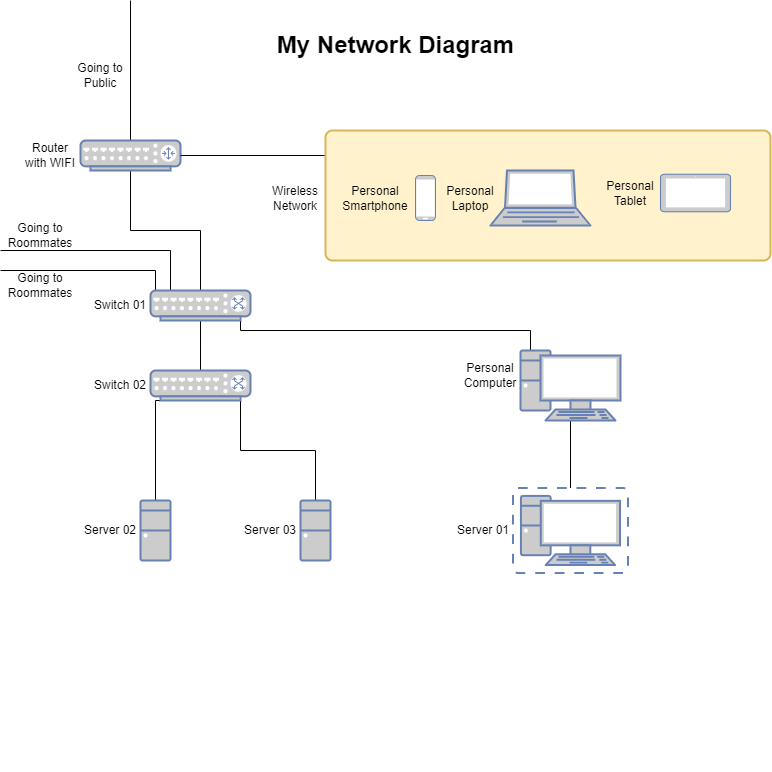
The draw.io diagram homelab-network-diagram.drawio.png in arzekeil/homelab-logs, before a commit. Source tidied: cells renumbered, new cells last; positions are measured from the earlier drawing's top-left corner, leaving out a move shared by most shapes.
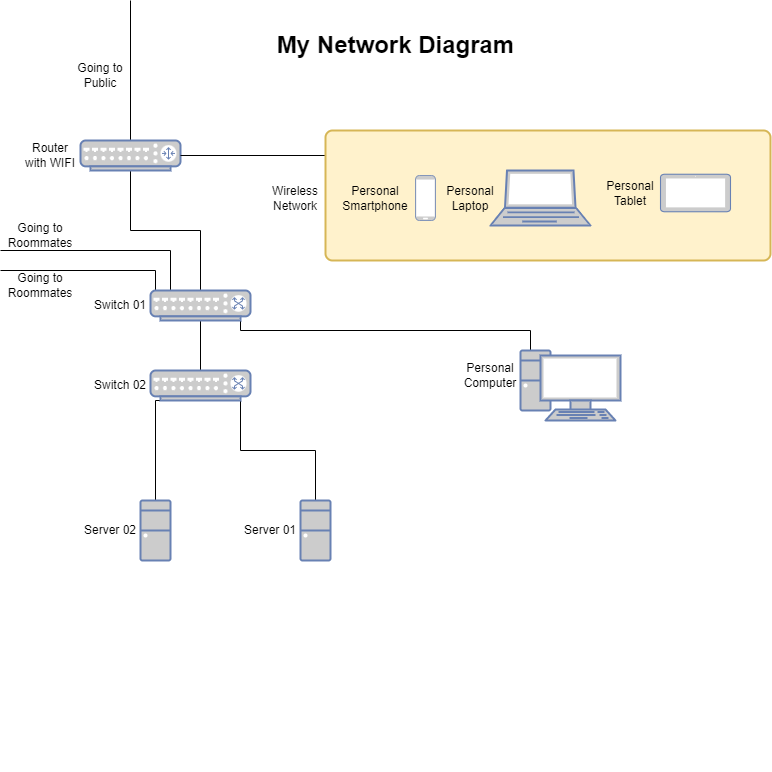
Above is the later version.

Diff of the diagram source:
```diff
@@ -59,9 +59,6 @@
     <mxCell id="12" style="fontColor=#0066CC;verticalAlign=top;verticalLabelPosition=bottom;labelPosition=center;align=center;html=1;outlineConnect=0;fillColor=#CCCCCC;strokeColor=#6881B3;gradientColor=none;gradientDirection=north;strokeWidth=2;shape=mxgraph.networks.switch;" parent="1" vertex="1">
       <mxGeometry x="150" y="370" width="100" height="30" as="geometry" />
     </mxCell>
-    <mxCell id="13" style="edgeStyle=orthogonalEdgeStyle;rounded=0;jettySize=auto;html=1;exitX=0.5;exitY=1;exitDx=0;exitDy=0;exitPerimeter=0;entryX=0.5;entryY=0;entryDx=0;entryDy=0;entryPerimeter=0;endArrow=none;endFill=0;" parent="1" edge="1" source="14" target="30">
-      <mxGeometry relative="1" as="geometry" />
-    </mxCell>
     <mxCell id="14" style="fontColor=#0066CC;verticalAlign=top;verticalLabelPosition=bottom;labelPosition=center;align=center;html=1;outlineConnect=0;fillColor=#CCCCCC;strokeColor=#6881B3;gradientColor=none;gradientDirection=north;strokeWidth=2;shape=mxgraph.networks.pc;" parent="1" vertex="1">
       <mxGeometry x="520" y="350" width="100" height="70" as="geometry" />
     </mxCell>
@@ -108,17 +105,11 @@
     <mxCell id="27" value="Wireless Network" style="text;html=1;strokeColor=none;fillColor=none;align=center;verticalAlign=middle;whiteSpace=wrap;rounded=0;" parent="1" vertex="1">
       <mxGeometry x="265" y="182.5" width="60" height="30" as="geometry" />
     </mxCell>
-    <mxCell id="28" value="Server 03" style="text;html=1;strokeColor=none;fillColor=none;align=center;verticalAlign=middle;whiteSpace=wrap;rounded=0;" parent="1" vertex="1">
-      <mxGeometry x="240" y="515" width="60" height="30" as="geometry" />
-    </mxCell>
     <mxCell id="29" value="Server 02" style="text;html=1;strokeColor=none;fillColor=none;align=center;verticalAlign=middle;whiteSpace=wrap;rounded=0;" parent="1" vertex="1">
       <mxGeometry x="80" y="515" width="60" height="30" as="geometry" />
     </mxCell>
-    <mxCell id="30" style="fontColor=#0066CC;verticalAlign=top;verticalLabelPosition=bottom;labelPosition=center;align=center;html=1;outlineConnect=0;fillColor=#CCCCCC;strokeColor=#6881B3;gradientColor=none;gradientDirection=north;strokeWidth=2;shape=mxgraph.networks.virtual_pc;" parent="1" vertex="1">
-      <mxGeometry x="512.5" y="487.5" width="115" height="85" as="geometry" />
-    </mxCell>
     <mxCell id="31" value="Server 01" style="text;html=1;strokeColor=none;fillColor=none;align=center;verticalAlign=middle;whiteSpace=wrap;rounded=0;" parent="1" vertex="1">
-      <mxGeometry x="452.5" y="515" width="60" height="30" as="geometry" />
+      <mxGeometry x="240" y="515" width="60" height="30" as="geometry" />
     </mxCell>
     <mxCell id="32" style="fontColor=#0066CC;verticalAlign=top;verticalLabelPosition=bottom;labelPosition=center;align=center;html=1;fillColor=#CCCCCC;strokeColor=#6881B3;gradientColor=none;gradientDirection=north;strokeWidth=2;shape=mxgraph.networks.tablet;" parent="1" vertex="1">
       <mxGeometry x="660" y="173.8" width="70" height="37.5" as="geometry" />
```
